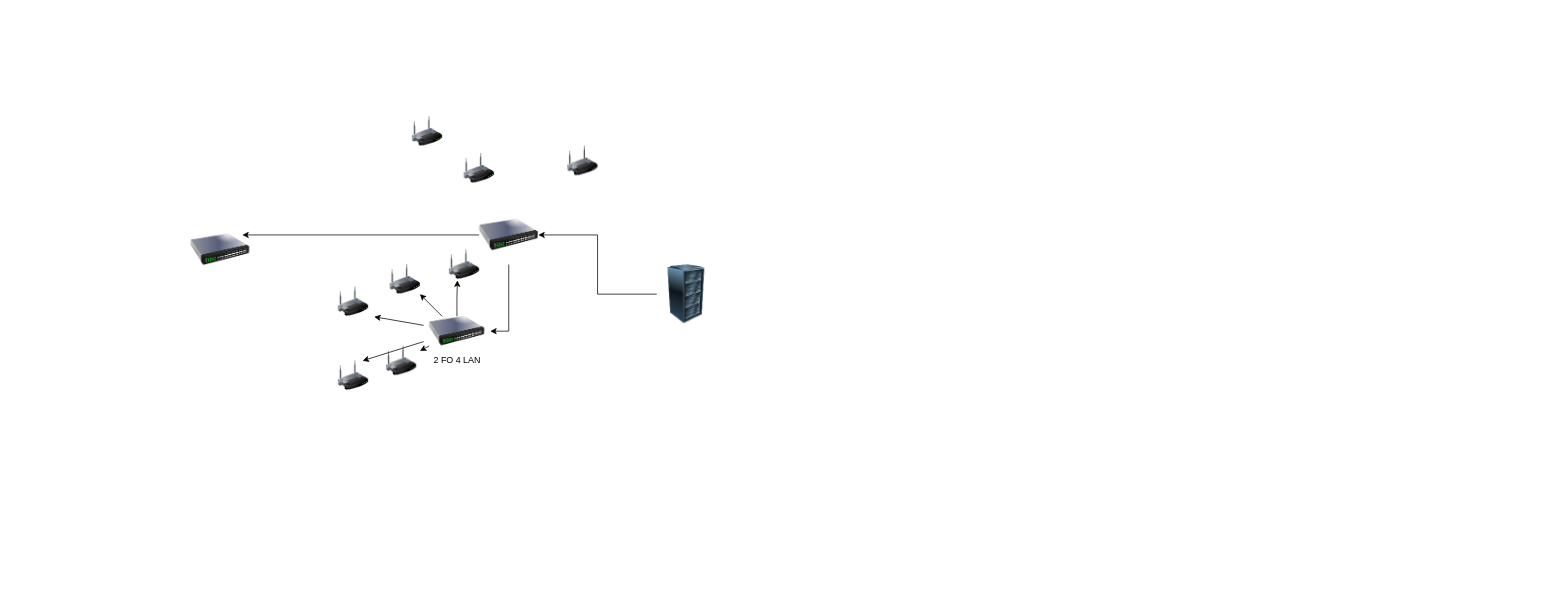
Above: Topologi baru 2023.drawio in papanara/playlist (draw.io), before the change. Source tidied: cells renumbered, new cells numbered last; positions are measured from the earlier drawing's top-left corner, leaving out a move shared by most shapes. Both pictures are drawn from the tidied source at 74%, with x=0, y=0 at pixel (190, 116). Pictures stored in the file or linked from it are replaced by grey dashed boxes.
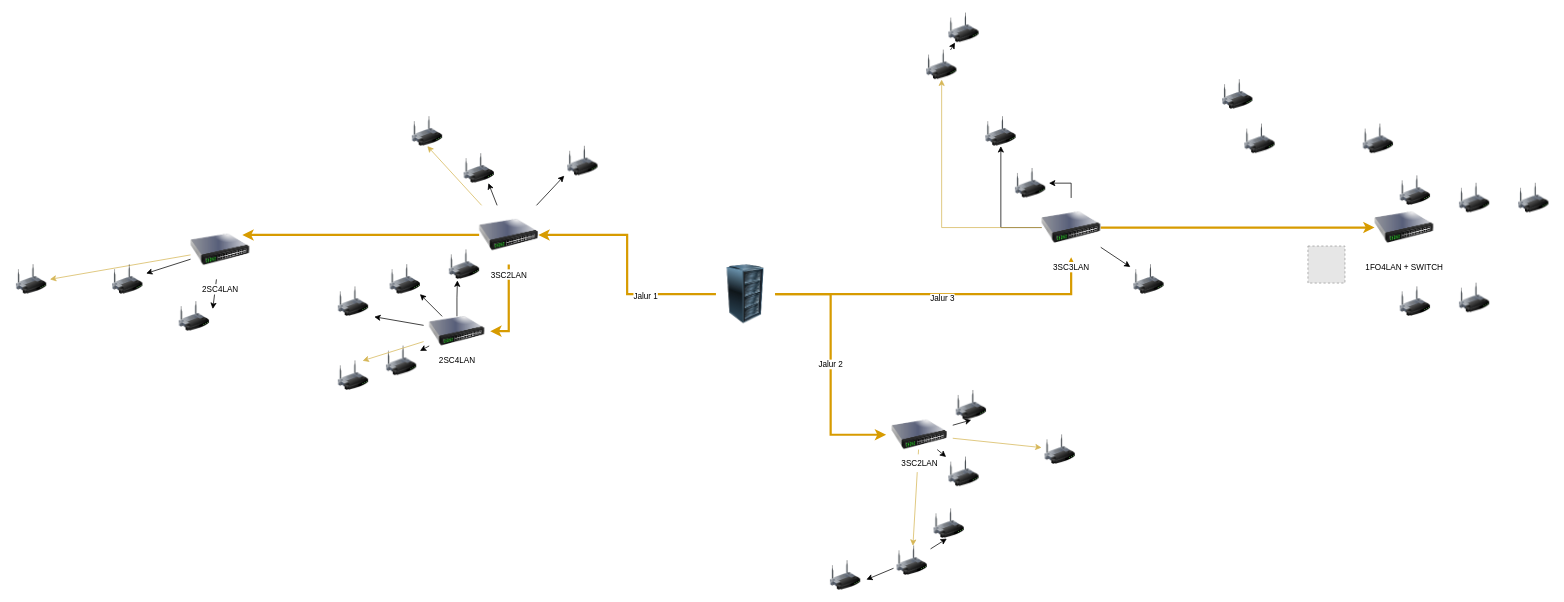
The same page after the edit.

The change refers to these unchanged cells:
```xml
<mxCell id="8" style="image;html=1;image=img/lib/clip_art/networking/Wireless_Router_128x128.png;" parent="1" vertex="1">
  <mxGeometry x="505" y="40" width="50" height="40" as="geometry" />
</mxCell>
<mxCell id="9" style="image;html=1;image=img/lib/clip_art/networking/Wireless_Router_128x128.png;" parent="1" vertex="1">
  <mxGeometry x="365" y="50" width="50" height="40" as="geometry" />
</mxCell>
<mxCell id="10" style="image;html=1;image=img/lib/clip_art/networking/Wireless_Router_128x128.png;" parent="1" vertex="1">
  <mxGeometry x="295" width="50" height="40" as="geometry" />
</mxCell>
<mxCell id="15" style="image;html=1;image=img/lib/clip_art/networking/Wireless_Router_128x128.png;" parent="1" vertex="1">
  <mxGeometry x="195" y="330" width="50" height="40" as="geometry" />
</mxCell>
```

Change to the diagram source:
```diff
@@
-    <mxCell id="2" style="edgeStyle=orthogonalEdgeStyle;rounded=0;jettySize=auto;html=1;startArrow=none;startFill=0;endArrow=classic;endFill=1;" parent="1" edge="1" source="3" target="6">
+    <mxCell id="2" style="edgeStyle=orthogonalEdgeStyle;rounded=0;jettySize=auto;html=1;startArrow=none;startFill=0;endArrow=classic;endFill=1;fillColor=#ffe6cc;strokeColor=#d79b00;strokeWidth=3;" parent="1" edge="1" source="3" target="6">
       <mxGeometry relative="1" as="geometry" />
     </mxCell>
+    <mxCell id="22" value="Jalur 1" style="edgeLabel;html=1;align=center;verticalAlign=middle;fontSize=11;" parent="2" vertex="1">
+      <mxGeometry x="-0.4" y="2" relative="1" as="geometry" />
+    </mxCell>
+    <mxCell id="23" value="Jalur 2" style="edgeStyle=orthogonalEdgeStyle;rounded=0;jettySize=auto;html=1;entryX=0;entryY=0.5;entryDx=0;entryDy=0;fontSize=11;startArrow=none;startFill=0;endArrow=classic;endFill=1;fillColor=#ffe6cc;strokeColor=#d79b00;strokeWidth=3;" parent="1" edge="1" source="3" target="39">
+      <mxGeometry relative="1" as="geometry" />
+    </mxCell>
+    <mxCell id="24" style="edgeStyle=orthogonalEdgeStyle;rounded=0;jettySize=auto;html=1;strokeWidth=3;fontSize=11;startArrow=none;startFill=0;endArrow=classic;endFill=1;fillColor=#ffe6cc;strokeColor=#d79b00;" parent="1" edge="1" source="3" target="53">
+      <mxGeometry relative="1" as="geometry" />
+    </mxCell>
+    <mxCell id="25" value="Jalur 3" style="edgeLabel;html=1;align=center;verticalAlign=middle;fontSize=11;" parent="24" vertex="1">
+      <mxGeometry y="-5" relative="1" as="geometry" />
+    </mxCell>
     <mxCell id="3" style="image;html=1;image=img/lib/clip_art/computers/Server_Rack_128x128.png;" parent="1" vertex="1">
-      <mxGeometry x="630" y="200" width="80" height="80" as="geometry" />
+      <mxGeometry x="710" y="200" width="80" height="80" as="geometry" />
     </mxCell>
-    <mxCell id="4" style="edgeStyle=orthogonalEdgeStyle;rounded=0;jettySize=auto;html=1;entryX=0.875;entryY=0.25;entryDx=0;entryDy=0;entryPerimeter=0;startArrow=none;startFill=0;endArrow=classic;endFill=1;" parent="1" edge="1" source="6" target="7">
+    <mxCell id="4" style="edgeStyle=orthogonalEdgeStyle;rounded=0;jettySize=auto;html=1;entryX=0.875;entryY=0.25;entryDx=0;entryDy=0;entryPerimeter=0;startArrow=none;startFill=0;endArrow=classic;endFill=1;fillColor=#ffe6cc;strokeColor=#d79b00;strokeWidth=3;" parent="1" edge="1" source="6" target="7">
       <mxGeometry relative="1" as="geometry" />
     </mxCell>
-    <mxCell id="5" style="edgeStyle=orthogonalEdgeStyle;rounded=0;jettySize=auto;html=1;entryX=1;entryY=0.5;entryDx=0;entryDy=0;startArrow=none;startFill=0;endArrow=classic;endFill=1;" parent="1" edge="1" source="6" target="21">
+    <mxCell id="5" style="edgeStyle=orthogonalEdgeStyle;rounded=0;jettySize=auto;html=1;entryX=1;entryY=0.5;entryDx=0;entryDy=0;startArrow=none;startFill=0;endArrow=classic;endFill=1;fillColor=#ffe6cc;strokeColor=#d79b00;strokeWidth=3;" parent="1" edge="1" source="6" target="21">
       <mxGeometry relative="1" as="geometry" />
     </mxCell>
+    <mxCell id="26" style="edgeStyle=none;rounded=0;jettySize=auto;html=1;entryX=0.5;entryY=1;entryDx=0;entryDy=0;fontSize=10;startArrow=none;startFill=0;endArrow=classic;endFill=1;fillColor=#fff2cc;strokeColor=#d6b656;" parent="1" edge="1" source="6" target="10">
+      <mxGeometry relative="1" as="geometry" />
+    </mxCell>
+    <mxCell id="27" style="edgeStyle=none;rounded=0;jettySize=auto;html=1;entryX=0.75;entryY=1;entryDx=0;entryDy=0;fontSize=10;startArrow=none;startFill=0;endArrow=classic;endFill=1;" parent="1" edge="1" source="6" target="9">
+      <mxGeometry relative="1" as="geometry" />
+    </mxCell>
+    <mxCell id="28" style="edgeStyle=none;rounded=0;jettySize=auto;html=1;entryX=0;entryY=1;entryDx=0;entryDy=0;fontSize=10;startArrow=none;startFill=0;endArrow=classic;endFill=1;" parent="1" edge="1" source="6" target="8">
+      <mxGeometry relative="1" as="geometry" />
+    </mxCell>
-    <mxCell id="6" style="image;html=1;image=img/lib/clip_art/networking/Switch_128x128.png;" parent="1" vertex="1">
+    <mxCell id="6" value="&lt;font style=&quot;font-size: 11px;&quot;&gt;3SC2LAN&lt;/font&gt;" style="image;html=1;image=img/lib/clip_art/networking/Switch_128x128.png;" parent="1" vertex="1">
       <mxGeometry x="390" y="120" width="80" height="80" as="geometry" />
     </mxCell>
+    <mxCell id="29" style="edgeStyle=none;rounded=0;jettySize=auto;html=1;entryX=1;entryY=0.25;entryDx=0;entryDy=0;fontSize=11;startArrow=none;startFill=0;endArrow=classic;endFill=1;" parent="1" edge="1" source="7" target="32">
+      <mxGeometry relative="1" as="geometry" />
+    </mxCell>
+    <mxCell id="30" style="edgeStyle=none;rounded=0;jettySize=auto;html=1;fontSize=11;startArrow=none;startFill=0;endArrow=classic;endFill=1;" parent="1" edge="1" source="7" target="33">
+      <mxGeometry relative="1" as="geometry" />
+    </mxCell>
+    <mxCell id="31" style="edgeStyle=none;rounded=0;jettySize=auto;html=1;entryX=1;entryY=0.5;entryDx=0;entryDy=0;fontSize=11;startArrow=none;startFill=0;endArrow=classic;endFill=1;fillColor=#fff2cc;strokeColor=#d6b656;" parent="1" edge="1" source="7" target="34">
+      <mxGeometry relative="1" as="geometry" />
+    </mxCell>
-    <mxCell id="7" style="image;html=1;image=img/lib/clip_art/networking/Switch_128x128.png;" parent="1" vertex="1">
+    <mxCell id="7" value="&lt;span style=&quot;font-size: 11px;&quot;&gt;2SC4LAN&lt;/span&gt;" style="image;html=1;image=img/lib/clip_art/networking/Switch_128x128.png;" parent="1" vertex="1">
       <mxGeometry y="140" width="80" height="80" as="geometry" />
     </mxCell>
@@
-    <mxCell id="20" style="edgeStyle=none;rounded=0;jettySize=auto;html=1;entryX=0.75;entryY=0;entryDx=0;entryDy=0;fontSize=10;startArrow=none;startFill=0;endArrow=classic;endFill=1;" parent="1" edge="1" source="21" target="15">
+    <mxCell id="20" style="edgeStyle=none;rounded=0;jettySize=auto;html=1;entryX=0.75;entryY=0;entryDx=0;entryDy=0;fontSize=10;startArrow=none;startFill=0;endArrow=classic;endFill=1;fillColor=#fff2cc;strokeColor=#d6b656;" parent="1" edge="1" source="21" target="15">
       <mxGeometry relative="1" as="geometry" />
     </mxCell>
-    <mxCell id="21" value="&lt;p style=&quot;line-height: 0%;&quot;&gt;2 FO 4 LAN&lt;/p&gt;" style="image;html=1;image=img/lib/clip_art/networking/Switch_128x128.png;" parent="1" vertex="1">
+    <mxCell id="21" value="&lt;p style=&quot;line-height: 0%;&quot;&gt;&lt;font style=&quot;font-size: 11px;&quot;&gt;2SC4LAN&lt;/font&gt;&lt;/p&gt;" style="image;html=1;image=img/lib/clip_art/networking/Switch_128x128.png;" parent="1" vertex="1">
       <mxGeometry x="315" y="270" width="90" height="40" as="geometry" />
     </mxCell>
+    <mxCell id="32" style="image;html=1;image=img/lib/clip_art/networking/Wireless_Router_128x128.png;" parent="1" vertex="1">
+      <mxGeometry x="-20" y="250" width="50" height="40" as="geometry" />
+    </mxCell>
+    <mxCell id="33" style="image;html=1;image=img/lib/clip_art/networking/Wireless_Router_128x128.png;" parent="1" vertex="1">
+      <mxGeometry x="-110" y="200" width="50" height="40" as="geometry" />
+    </mxCell>
+    <mxCell id="34" style="image;html=1;image=img/lib/clip_art/networking/Wireless_Router_128x128.png;" parent="1" vertex="1">
+      <mxGeometry x="-240" y="200" width="50" height="40" as="geometry" />
+    </mxCell>
+    <mxCell id="35" style="rounded=0;jettySize=auto;html=1;fontSize=11;startArrow=none;startFill=0;endArrow=classic;endFill=1;fillColor=#fff2cc;strokeColor=#d6b656;" parent="1" edge="1" source="39" target="46">
+      <mxGeometry relative="1" as="geometry" />
+    </mxCell>
+    <mxCell id="36" style="edgeStyle=none;rounded=0;jettySize=auto;html=1;fontSize=11;startArrow=none;startFill=0;endArrow=classic;endFill=1;" parent="1" edge="1" source="39" target="40">
+      <mxGeometry relative="1" as="geometry" />
+    </mxCell>
+    <mxCell id="37" style="edgeStyle=none;rounded=0;jettySize=auto;html=1;entryX=0.5;entryY=1;entryDx=0;entryDy=0;fontSize=11;startArrow=none;startFill=0;endArrow=classic;endFill=1;" parent="1" edge="1" source="39" target="41">
+      <mxGeometry relative="1" as="geometry" />
+    </mxCell>
+    <mxCell id="38" style="edgeStyle=none;rounded=0;jettySize=auto;html=1;fontSize=11;startArrow=none;startFill=0;endArrow=classic;endFill=1;fillColor=#fff2cc;strokeColor=#d6b656;" parent="1" edge="1" source="39" target="42">
+      <mxGeometry relative="1" as="geometry" />
+    </mxCell>
+    <mxCell id="39" value="&lt;p style=&quot;line-height: 0%;&quot;&gt;&lt;font style=&quot;font-size: 11px;&quot;&gt;3SC2LAN&lt;/font&gt;&lt;/p&gt;" style="image;html=1;image=img/lib/clip_art/networking/Switch_128x128.png;" parent="1" vertex="1">
+      <mxGeometry x="940" y="410" width="90" height="40" as="geometry" />
+    </mxCell>
+    <mxCell id="40" style="image;html=1;image=img/lib/clip_art/networking/Wireless_Router_128x128.png;" parent="1" vertex="1">
+      <mxGeometry x="1020" y="460" width="50" height="40" as="geometry" />
+    </mxCell>
+    <mxCell id="41" style="image;html=1;image=img/lib/clip_art/networking/Wireless_Router_128x128.png;" parent="1" vertex="1">
+      <mxGeometry x="1030" y="370" width="50" height="40" as="geometry" />
+    </mxCell>
+    <mxCell id="42" style="image;html=1;image=img/lib/clip_art/networking/Wireless_Router_128x128.png;" parent="1" vertex="1">
+      <mxGeometry x="1150" y="430" width="50" height="40" as="geometry" />
+    </mxCell>
+    <mxCell id="43" style="image;html=1;image=img/lib/clip_art/networking/Wireless_Router_128x128.png;" parent="1" vertex="1">
+      <mxGeometry x="1000" y="530" width="50" height="40" as="geometry" />
+    </mxCell>
+    <mxCell id="44" style="edgeStyle=none;rounded=0;jettySize=auto;html=1;entryX=0.44;entryY=1.01;entryDx=0;entryDy=0;entryPerimeter=0;strokeWidth=1;fontSize=11;startArrow=none;startFill=0;endArrow=classic;endFill=1;" parent="1" edge="1" source="46" target="43">
+      <mxGeometry relative="1" as="geometry" />
+    </mxCell>
+    <mxCell id="45" style="edgeStyle=none;rounded=0;jettySize=auto;html=1;entryX=1.066;entryY=0.644;entryDx=0;entryDy=0;entryPerimeter=0;strokeWidth=1;fontSize=11;startArrow=none;startFill=0;endArrow=classic;endFill=1;" parent="1" edge="1" source="46" target="47">
+      <mxGeometry relative="1" as="geometry" />
+    </mxCell>
+    <mxCell id="46" style="image;html=1;image=img/lib/clip_art/networking/Wireless_Router_128x128.png;" parent="1" vertex="1">
+      <mxGeometry x="950" y="580" width="50" height="40" as="geometry" />
+    </mxCell>
+    <mxCell id="47" style="image;html=1;image=img/lib/clip_art/networking/Wireless_Router_128x128.png;" parent="1" vertex="1">
+      <mxGeometry x="860" y="600" width="50" height="40" as="geometry" />
+    </mxCell>
+    <mxCell id="48" style="edgeStyle=orthogonalEdgeStyle;rounded=0;jettySize=auto;html=1;entryX=0.5;entryY=1;entryDx=0;entryDy=0;strokeWidth=1;fontSize=11;startArrow=none;startFill=0;endArrow=classic;endFill=1;" parent="1" edge="1" source="53" target="55">
+      <mxGeometry relative="1" as="geometry" />
+    </mxCell>
+    <mxCell id="49" style="edgeStyle=orthogonalEdgeStyle;rounded=0;jettySize=auto;html=1;entryX=1;entryY=0.5;entryDx=0;entryDy=0;strokeWidth=1;fontSize=11;startArrow=none;startFill=0;endArrow=classic;endFill=1;" parent="1" edge="1" source="53" target="54">
+      <mxGeometry relative="1" as="geometry" />
+    </mxCell>
+    <mxCell id="50" style="edgeStyle=orthogonalEdgeStyle;rounded=0;jettySize=auto;html=1;entryX=0.5;entryY=1;entryDx=0;entryDy=0;strokeWidth=1;fontSize=11;startArrow=none;startFill=0;endArrow=classic;endFill=1;fillColor=#fff2cc;strokeColor=#d6b656;" parent="1" edge="1" source="53" target="57">
+      <mxGeometry relative="1" as="geometry" />
+    </mxCell>
+    <mxCell id="51" style="edgeStyle=none;rounded=0;jettySize=auto;html=1;strokeWidth=1;fontSize=11;startArrow=none;startFill=0;endArrow=classic;endFill=1;" parent="1" edge="1" source="53" target="59">
+      <mxGeometry relative="1" as="geometry" />
+    </mxCell>
+    <mxCell id="52" style="edgeStyle=none;rounded=0;jettySize=auto;html=1;strokeWidth=3;fontSize=11;startArrow=none;startFill=0;endArrow=classic;endFill=1;fillColor=#ffe6cc;strokeColor=#d79b00;" parent="1" edge="1" source="53" target="60">
+      <mxGeometry relative="1" as="geometry" />
+    </mxCell>
+    <mxCell id="53" value="&lt;font style=&quot;font-size: 11px;&quot;&gt;3SC3LAN&lt;/font&gt;" style="image;html=1;image=img/lib/clip_art/networking/Switch_128x128.png;" parent="1" vertex="1">
+      <mxGeometry x="1150" y="110" width="80" height="80" as="geometry" />
+    </mxCell>
+    <mxCell id="54" style="image;html=1;image=img/lib/clip_art/networking/Wireless_Router_128x128.png;" parent="1" vertex="1">
+      <mxGeometry x="1110" y="70" width="50" height="40" as="geometry" />
+    </mxCell>
+    <mxCell id="55" style="image;html=1;image=img/lib/clip_art/networking/Wireless_Router_128x128.png;" parent="1" vertex="1">
+      <mxGeometry x="1070" width="50" height="40" as="geometry" />
+    </mxCell>
+    <mxCell id="56" style="rounded=0;jettySize=auto;html=1;strokeWidth=1;fontSize=11;startArrow=none;startFill=0;endArrow=classic;endFill=1;" parent="1" edge="1" source="57" target="58">
+      <mxGeometry relative="1" as="geometry" />
+    </mxCell>
+    <mxCell id="57" style="image;html=1;image=img/lib/clip_art/networking/Wireless_Router_128x128.png;" parent="1" vertex="1">
+      <mxGeometry x="990" y="-90" width="50" height="40" as="geometry" />
+    </mxCell>
+    <mxCell id="58" style="image;html=1;image=img/lib/clip_art/networking/Wireless_Router_128x128.png;" parent="1" vertex="1">
+      <mxGeometry x="1020" y="-140" width="50" height="40" as="geometry" />
+    </mxCell>
+    <mxCell id="59" style="image;html=1;image=img/lib/clip_art/networking/Wireless_Router_128x128.png;" parent="1" vertex="1">
+      <mxGeometry x="1270" y="200" width="50" height="40" as="geometry" />
+    </mxCell>
+    <mxCell id="60" value="&lt;font style=&quot;font-size: 11px;&quot;&gt;1FO4LAN + SWITCH&lt;/font&gt;" style="image;html=1;image=img/lib/clip_art/networking/Switch_128x128.png;" parent="1" vertex="1">
+      <mxGeometry x="1600" y="110" width="80" height="80" as="geometry" />
+    </mxCell>
+    <mxCell id="61" style="fillColor=#E6E6E6;strokeColor=#999999;dashed=1;html=1;verticalAlign=top;verticalLabelPosition=bottom;labelBackgroundColor=#ffffff;fontSize=11;" parent="1" vertex="1">
+      <mxGeometry x="1510" y="175" width="50" height="50" as="geometry" />
+    </mxCell>
+    <mxCell id="62" style="image;html=1;image=img/lib/clip_art/networking/Wireless_Router_128x128.png;" parent="1" vertex="1">
+      <mxGeometry x="1630" y="80" width="50" height="40" as="geometry" />
+    </mxCell>
+    <mxCell id="63" style="image;html=1;image=img/lib/clip_art/networking/Wireless_Router_128x128.png;" parent="1" vertex="1">
+      <mxGeometry x="1580" y="10" width="50" height="40" as="geometry" />
+    </mxCell>
+    <mxCell id="64" style="image;html=1;image=img/lib/clip_art/networking/Wireless_Router_128x128.png;" parent="1" vertex="1">
+      <mxGeometry x="1630" y="230" width="50" height="40" as="geometry" />
+    </mxCell>
+    <mxCell id="65" style="image;html=1;image=img/lib/clip_art/networking/Wireless_Router_128x128.png;" parent="1" vertex="1">
+      <mxGeometry x="1710" y="225" width="50" height="40" as="geometry" />
+    </mxCell>
+    <mxCell id="66" style="image;html=1;image=img/lib/clip_art/networking/Wireless_Router_128x128.png;" parent="1" vertex="1">
+      <mxGeometry x="1710" y="90" width="50" height="40" as="geometry" />
+    </mxCell>
+    <mxCell id="67" style="image;html=1;image=img/lib/clip_art/networking/Wireless_Router_128x128.png;" parent="1" vertex="1">
+      <mxGeometry x="1790" y="90" width="50" height="40" as="geometry" />
+    </mxCell>
+    <mxCell id="68" style="image;html=1;image=img/lib/clip_art/networking/Wireless_Router_128x128.png;" parent="1" vertex="1">
+      <mxGeometry x="1420" y="10" width="50" height="40" as="geometry" />
+    </mxCell>
+    <mxCell id="69" style="image;html=1;image=img/lib/clip_art/networking/Wireless_Router_128x128.png;" parent="1" vertex="1">
+      <mxGeometry x="1390" y="-50" width="50" height="40" as="geometry" />
+    </mxCell>
```
